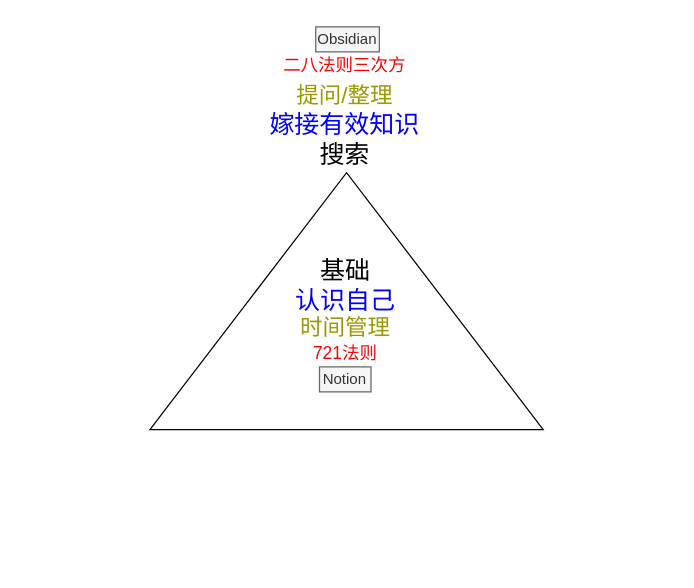
The draw.io diagram page "Page-2" (2 of 3) of Untitled Diagram.drawio in wanggnoc/R, before the edit. Source tidied: cells renumbered, new cells numbered last; positions are measured from the earlier drawing's top-left corner, leaving out a move shared by most shapes. Both pictures are drawn from the tidied source at 125%, with x=0, y=0 at pixel (218, 26).
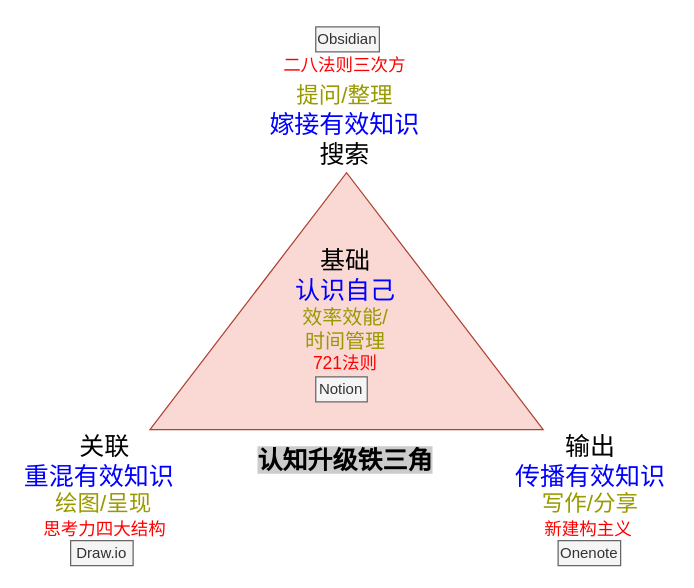
The same page after the edit.

Diff of the diagram source:
```diff
@@
 <mxGraphModel>
   <root>
     <mxCell id="0" />
     <mxCell id="1" parent="0" />
-    <mxCell id="2" style="triangle;whiteSpace=wrap;html=1;rotation=-90;" parent="1" vertex="1">
+    <mxCell id="2" style="triangle;whiteSpace=wrap;html=1;rotation=-90;fillColor=#fad9d5;strokeColor=#ae4132;" parent="1" vertex="1">
       <mxGeometry y="62.1" width="205.5" height="314.6" as="geometry" />
     </mxCell>
-    <mxCell id="3" value="&lt;font&gt;&lt;span style=&quot;font-size: 20px&quot;&gt;基础&lt;/span&gt;&lt;br&gt;&lt;font color=&quot;#0000ff&quot; style=&quot;font-size: 20px&quot;&gt;认识自己&lt;br&gt;&lt;/font&gt;&lt;font style=&quot;font-size: 18px&quot; color=&quot;#999900&quot;&gt;时间管理&lt;br&gt;&lt;/font&gt;&lt;font style=&quot;font-size: 14px&quot; color=&quot;#ff0000&quot;&gt;721法则&lt;/font&gt;&lt;br&gt;&lt;/font&gt;" style="text;html=1;strokeColor=none;fillColor=none;align=center;verticalAlign=middle;whiteSpace=wrap;rounded=0;" parent="1" vertex="1">
+    <mxCell id="3" value="&lt;font&gt;&lt;span style=&quot;font-size: 20px&quot;&gt;基础&lt;/span&gt;&lt;br&gt;&lt;font color=&quot;#0000ff&quot; style=&quot;font-size: 20px&quot;&gt;认识自己&lt;br&gt;&lt;/font&gt;&lt;font color=&quot;#999900&quot;&gt;&lt;font style=&quot;font-size: 16px&quot;&gt;效率效能/时间管理&lt;/font&gt;&lt;br&gt;&lt;/font&gt;&lt;font style=&quot;font-size: 14px&quot; color=&quot;#ff0000&quot;&gt;721法则&lt;/font&gt;&lt;br&gt;&lt;/font&gt;" style="text;html=1;strokeColor=none;fillColor=none;align=center;verticalAlign=middle;whiteSpace=wrap;rounded=0;" parent="1" vertex="1">
       <mxGeometry x="58.6" y="216" width="86.2" height="20" as="geometry" />
     </mxCell>
     <mxCell id="4" value="Notion" style="text;html=1;strokeColor=#666666;fillColor=#f5f5f5;align=center;verticalAlign=middle;whiteSpace=wrap;rounded=0;fontColor=#333333;" parent="1" vertex="1">
-      <mxGeometry x="81.1" y="272" width="41.2" height="20" as="geometry" />
+      <mxGeometry x="78.1" y="280" width="41.2" height="20" as="geometry" />
     </mxCell>
     <mxCell id="5" value="&lt;font&gt;&lt;span style=&quot;color: rgb(0 , 0 , 255) ; font-size: 20px&quot;&gt;&lt;br&gt;&lt;/span&gt;&lt;span style=&quot;color: rgb(255 , 0 , 0) ; font-size: 14px&quot;&gt;二八法则三次方&lt;/span&gt;&lt;span style=&quot;color: rgb(153 , 153 , 0) ; font-size: 18px&quot;&gt;&lt;br&gt;提问/整理&lt;/span&gt;&lt;span style=&quot;color: rgb(0 , 0 , 255) ; font-size: 20px&quot;&gt;&lt;br&gt;嫁接有效知识&lt;/span&gt;&lt;span style=&quot;font-size: 20px&quot;&gt;&lt;br&gt;搜索&lt;/span&gt;&lt;font style=&quot;font-size: 18px&quot; color=&quot;#999900&quot;&gt;&lt;br&gt;&lt;/font&gt;&lt;br&gt;&lt;/font&gt;" style="text;html=1;strokeColor=none;fillColor=none;align=center;verticalAlign=middle;whiteSpace=wrap;rounded=0;" parent="1" vertex="1">
       <mxGeometry x="40.1" y="52" width="123.4" height="20" as="geometry" />
     </mxCell>
     <mxCell id="6" value="Obsidian" style="text;html=1;strokeColor=#666666;fillColor=#f5f5f5;align=center;verticalAlign=middle;whiteSpace=wrap;rounded=0;fontColor=#333333;" parent="1" vertex="1">
       <mxGeometry x="78.1" width="50.9" height="20" as="geometry" />
     </mxCell>
+    <mxCell id="7" value="&lt;span style=&quot;color: rgb(0 , 0 , 0) ; font-family: &amp;#34;helvetica&amp;#34; ; font-style: normal ; font-weight: normal ; letter-spacing: normal ; text-align: center ; text-indent: 0px ; text-transform: none ; word-spacing: 0px ; text-decoration: none ; font-size: 20px&quot;&gt;&amp;nbsp; &amp;nbsp; &amp;nbsp; &amp;nbsp; 关联&lt;/span&gt;&lt;br style=&quot;color: rgb(0 , 0 , 0) ; font-family: &amp;#34;helvetica&amp;#34; ; font-size: 12px ; font-style: normal ; font-weight: normal ; letter-spacing: normal ; text-align: center ; text-indent: 0px ; text-transform: none ; word-spacing: 0px ; text-decoration: none&quot;&gt;&lt;font color=&quot;#0000ff&quot; style=&quot;font-family: &amp;#34;helvetica&amp;#34; ; font-style: normal ; font-weight: normal ; letter-spacing: normal ; text-align: center ; text-indent: 0px ; text-transform: none ; word-spacing: 0px ; text-decoration: none ; font-size: 20px&quot;&gt;重混有效知识&lt;br&gt;&lt;/font&gt;&lt;font style=&quot;font-style: normal ; font-weight: normal ; letter-spacing: normal ; text-align: center ; text-indent: 0px ; text-transform: none ; word-spacing: 0px ; text-decoration: none&quot;&gt;&lt;font color=&quot;#999900&quot; face=&quot;helvetica&quot; size=&quot;4&quot;&gt;&amp;nbsp; &amp;nbsp; &amp;nbsp;绘图/呈现&lt;/font&gt;&lt;br&gt;&lt;div style=&quot;text-align: center&quot;&gt;&lt;div style=&quot;text-align: left&quot;&gt;&lt;font color=&quot;#ff0000&quot; face=&quot;helvetica&quot;&gt;&lt;span style=&quot;font-size: 14px&quot;&gt;&amp;nbsp; &amp;nbsp; 思考力四大结构&lt;/span&gt;&lt;/font&gt;&lt;/div&gt;&lt;/div&gt;&lt;/font&gt;" style="text;whiteSpace=wrap;html=1;" parent="1" vertex="1">
+      <mxGeometry x="-157" y="317" width="140" height="80" as="geometry" />
+    </mxCell>
+    <mxCell id="8" value="&lt;div style=&quot;text-align: center&quot;&gt;&lt;font face=&quot;helvetica&quot;&gt;&lt;span style=&quot;font-size: 20px&quot;&gt;输出&lt;/span&gt;&lt;/font&gt;&lt;/div&gt;&lt;div style=&quot;text-align: center&quot;&gt;&lt;font color=&quot;#0000ff&quot; style=&quot;font-family: &amp;#34;helvetica&amp;#34; ; font-size: 20px&quot;&gt;传播有效知识&lt;br&gt;&lt;/font&gt;&lt;font color=&quot;#999900&quot; face=&quot;helvetica&quot; size=&quot;4&quot;&gt;写作/分享&lt;/font&gt;&lt;br&gt;&lt;div&gt;&lt;div style=&quot;text-align: left&quot;&gt;&lt;font color=&quot;#ff0000&quot; face=&quot;helvetica&quot;&gt;&lt;span style=&quot;font-size: 14px&quot;&gt;&amp;nbsp; &amp;nbsp; &amp;nbsp; 新建构主义&lt;/span&gt;&lt;/font&gt;&lt;/div&gt;&lt;/div&gt;&lt;div style=&quot;text-align: left&quot;&gt;&lt;font color=&quot;#ff0000&quot; face=&quot;helvetica&quot;&gt;&lt;span style=&quot;font-size: 14px&quot;&gt;&lt;br&gt;&lt;/span&gt;&lt;/font&gt;&lt;/div&gt;&lt;/div&gt;" style="text;whiteSpace=wrap;html=1;" parent="1" vertex="1">
+      <mxGeometry x="236" y="317" width="128" height="80" as="geometry" />
+    </mxCell>
+    <mxCell id="9" value="Draw.io" style="text;html=1;strokeColor=#666666;fillColor=#f5f5f5;align=center;verticalAlign=middle;whiteSpace=wrap;rounded=0;fontColor=#333333;" parent="1" vertex="1">
+      <mxGeometry x="-118" y="411" width="50" height="20" as="geometry" />
+    </mxCell>
+    <mxCell id="10" value="Onenote" style="text;html=1;strokeColor=#666666;fillColor=#f5f5f5;align=center;verticalAlign=middle;whiteSpace=wrap;rounded=0;fontColor=#333333;" parent="1" vertex="1">
+      <mxGeometry x="272" y="411" width="50" height="20" as="geometry" />
+    </mxCell>
+    <mxCell id="11" value="&lt;b&gt;&lt;font style=&quot;background-color: rgb(204 , 204 , 204) ; font-size: 20px&quot;&gt;认知升级铁三角&lt;/font&gt;&lt;/b&gt;" style="text;html=1;strokeColor=none;fillColor=none;align=center;verticalAlign=middle;whiteSpace=wrap;rounded=0;shadow=0;glass=0;sketch=0;" parent="1" vertex="1">
+      <mxGeometry x="26.8" y="336" width="150" height="20" as="geometry" />
+    </mxCell>
   </root>
 </mxGraphModel>
```
